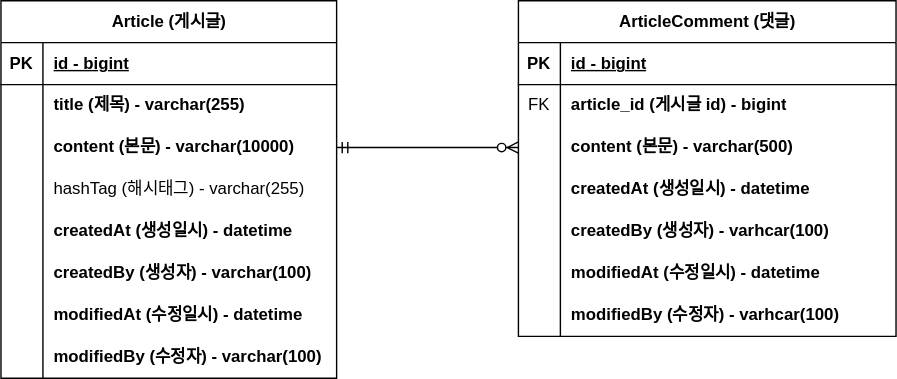
Earlier version of the draw.io export document/project-board-erd.svg (smileLoopy/individual-project-board). Source tidied: cells renumbered, new cells last; positions are measured from the earlier drawing's top-left corner, leaving out a move shared by most shapes.
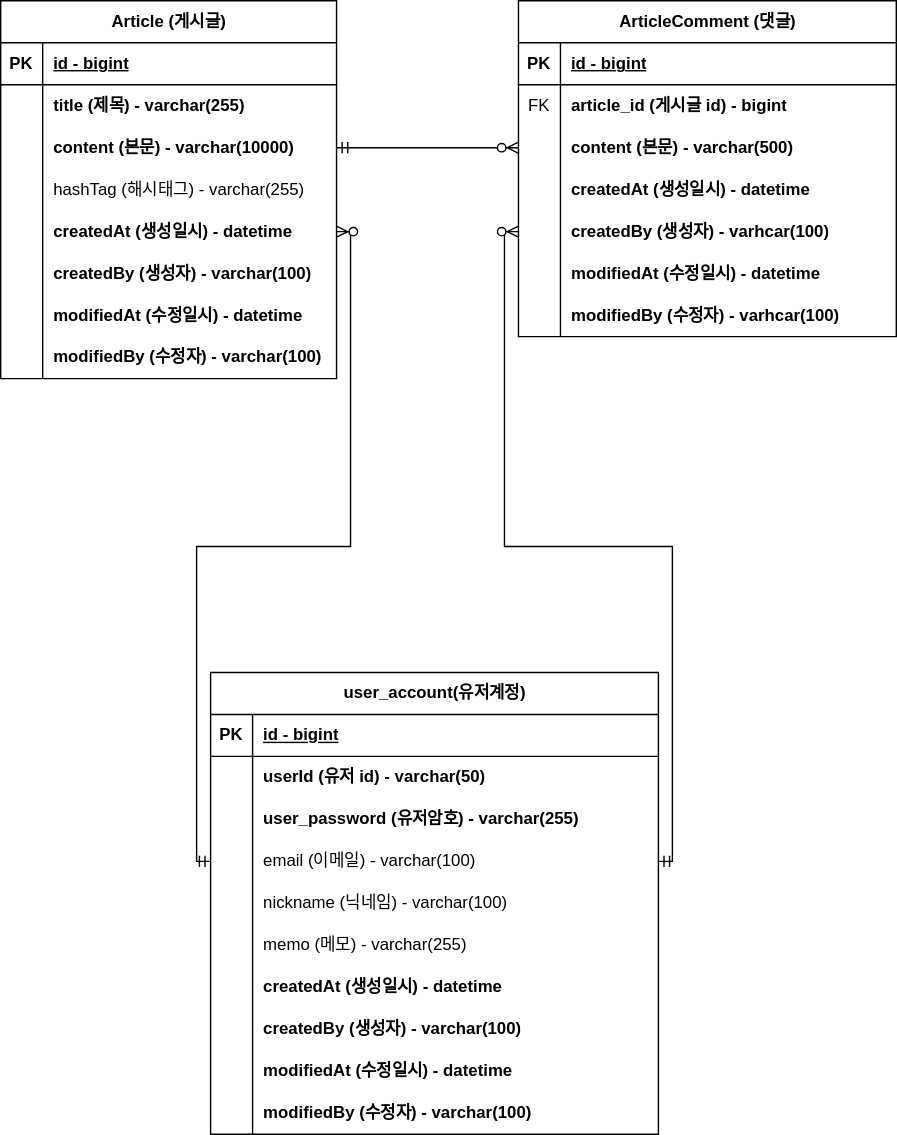
The same file after the commit.

Commit message:
Update add user_account project-board-erd.svg

What changed in the source:
```diff
@@ -146,5 +146,104 @@
     <mxCell id="49" style="edgeStyle=entityRelationEdgeStyle;fontSize=12;html=1;endArrow=ERzeroToMany;startArrow=ERmandOne;rounded=0;exitX=1;exitY=0.5;exitDx=0;exitDy=0;" parent="1" edge="1" source="9" target="34">
       <mxGeometry relative="1" as="geometry" />
     </mxCell>
+    <mxCell id="50" value="user_account(유저계정)" style="shape=table;startSize=30;rowLines=0;fontStyle=1;align=center;html=1;" parent="1" vertex="1">
+      <mxGeometry x="150" y="480" width="320" height="330" as="geometry" />
+    </mxCell>
+    <mxCell id="51" style="shape=tableRow;horizontal=0;startSize=0;swimlaneHead=0;swimlaneBody=0;fillColor=none;top=0;left=0;right=0;bottom=1;" parent="50" vertex="1">
+      <mxGeometry y="30" width="320" height="30" as="geometry" />
+    </mxCell>
+    <mxCell id="52" value="PK" style="shape=partialRectangle;fillColor=none;top=0;left=0;bottom=0;right=0;fontStyle=1;overflow=hidden;whiteSpace=wrap;html=1;" parent="51" vertex="1">
+      <mxGeometry width="30" height="30" as="geometry" />
+    </mxCell>
+    <mxCell id="53" value="id - bigint" style="shape=partialRectangle;fillColor=none;top=0;left=0;bottom=0;right=0;align=left;spacingLeft=6;fontStyle=5;overflow=hidden;whiteSpace=wrap;html=1;" parent="51" vertex="1">
+      <mxGeometry x="30" width="290" height="30" as="geometry" />
+    </mxCell>
+    <mxCell id="54" style="shape=tableRow;horizontal=0;startSize=0;swimlaneHead=0;swimlaneBody=0;fillColor=none;top=0;left=0;right=0;bottom=0;" parent="50" vertex="1">
+      <mxGeometry y="60" width="320" height="30" as="geometry" />
+    </mxCell>
+    <mxCell id="55" style="shape=partialRectangle;fillColor=none;top=0;left=0;bottom=0;right=0;overflow=hidden;whiteSpace=wrap;html=1;" parent="54" vertex="1">
+      <mxGeometry width="30" height="30" as="geometry" />
+    </mxCell>
+    <mxCell id="56" value="userId (유저 id) - varchar(50)" style="shape=partialRectangle;fillColor=none;top=0;left=0;bottom=0;right=0;align=left;spacingLeft=6;overflow=hidden;whiteSpace=wrap;html=1;fontStyle=1;" parent="54" vertex="1">
+      <mxGeometry x="30" width="290" height="30" as="geometry" />
+    </mxCell>
+    <mxCell id="57" style="shape=tableRow;horizontal=0;startSize=0;swimlaneHead=0;swimlaneBody=0;fillColor=none;top=0;left=0;right=0;bottom=0;" parent="50" vertex="1">
+      <mxGeometry y="90" width="320" height="30" as="geometry" />
+    </mxCell>
+    <mxCell id="58" style="shape=partialRectangle;fillColor=none;top=0;left=0;bottom=0;right=0;overflow=hidden;whiteSpace=wrap;html=1;" parent="57" vertex="1">
+      <mxGeometry width="30" height="30" as="geometry" />
+    </mxCell>
+    <mxCell id="59" value="user_password (유저암호) - varchar(255)" style="shape=partialRectangle;fillColor=none;top=0;left=0;bottom=0;right=0;align=left;spacingLeft=6;overflow=hidden;whiteSpace=wrap;html=1;fontStyle=1;" parent="57" vertex="1">
+      <mxGeometry x="30" width="290" height="30" as="geometry" />
+    </mxCell>
+    <mxCell id="60" style="shape=tableRow;horizontal=0;startSize=0;swimlaneHead=0;swimlaneBody=0;fillColor=none;points=[[0,0.5],[1,0.5]];portConstraint=eastwest;top=0;left=0;right=0;bottom=0;" parent="50" vertex="1">
+      <mxGeometry y="120" width="320" height="30" as="geometry" />
+    </mxCell>
+    <mxCell id="61" style="shape=partialRectangle;fillColor=none;top=0;left=0;bottom=0;right=0;overflow=hidden;whiteSpace=wrap;html=1;" parent="60" vertex="1">
+      <mxGeometry width="30" height="30" as="geometry" />
+    </mxCell>
+    <mxCell id="62" value="email (이메일) - varchar(100)" style="shape=partialRectangle;fillColor=none;top=0;left=0;bottom=0;right=0;align=left;spacingLeft=6;overflow=hidden;whiteSpace=wrap;html=1;fontStyle=0;" parent="60" vertex="1">
+      <mxGeometry x="30" width="290" height="30" as="geometry" />
+    </mxCell>
+    <mxCell id="63" style="shape=tableRow;horizontal=0;startSize=0;swimlaneHead=0;swimlaneBody=0;fillColor=none;top=0;left=0;right=0;bottom=0;" parent="50" vertex="1">
+      <mxGeometry y="150" width="320" height="30" as="geometry" />
+    </mxCell>
+    <mxCell id="64" style="shape=partialRectangle;fillColor=none;top=0;left=0;bottom=0;right=0;overflow=hidden;whiteSpace=wrap;html=1;" parent="63" vertex="1">
+      <mxGeometry width="30" height="30" as="geometry" />
+    </mxCell>
+    <mxCell id="65" value="nickname (닉네임) - varchar(100)" style="shape=partialRectangle;fillColor=none;top=0;left=0;bottom=0;right=0;align=left;spacingLeft=6;overflow=hidden;whiteSpace=wrap;html=1;fontStyle=0;" parent="63" vertex="1">
+      <mxGeometry x="30" width="290" height="30" as="geometry" />
+    </mxCell>
+    <mxCell id="66" style="shape=tableRow;horizontal=0;startSize=0;swimlaneHead=0;swimlaneBody=0;fillColor=none;top=0;left=0;right=0;bottom=0;" parent="50" vertex="1">
+      <mxGeometry y="180" width="320" height="30" as="geometry" />
+    </mxCell>
+    <mxCell id="67" style="shape=partialRectangle;fillColor=none;top=0;left=0;bottom=0;right=0;overflow=hidden;whiteSpace=wrap;html=1;" parent="66" vertex="1">
+      <mxGeometry width="30" height="30" as="geometry" />
+    </mxCell>
+    <mxCell id="68" value="memo (메모) - varchar(255)" style="shape=partialRectangle;fillColor=none;top=0;left=0;bottom=0;right=0;align=left;spacingLeft=6;overflow=hidden;whiteSpace=wrap;html=1;fontStyle=0;" parent="66" vertex="1">
+      <mxGeometry x="30" width="290" height="30" as="geometry" />
+    </mxCell>
+    <mxCell id="69" style="shape=tableRow;horizontal=0;startSize=0;swimlaneHead=0;swimlaneBody=0;fillColor=none;top=0;left=0;right=0;bottom=0;" parent="50" vertex="1">
+      <mxGeometry y="210" width="320" height="30" as="geometry" />
+    </mxCell>
+    <mxCell id="70" style="shape=partialRectangle;fillColor=none;top=0;left=0;bottom=0;right=0;overflow=hidden;whiteSpace=wrap;html=1;" parent="69" vertex="1">
+      <mxGeometry width="30" height="30" as="geometry" />
+    </mxCell>
+    <mxCell id="71" value="createdAt (생성일시) - datetime" style="shape=partialRectangle;fillColor=none;top=0;left=0;bottom=0;right=0;align=left;spacingLeft=6;overflow=hidden;whiteSpace=wrap;html=1;fontStyle=1;" parent="69" vertex="1">
+      <mxGeometry x="30" width="290" height="30" as="geometry" />
+    </mxCell>
+    <mxCell id="72" style="shape=tableRow;horizontal=0;startSize=0;swimlaneHead=0;swimlaneBody=0;fillColor=none;top=0;left=0;right=0;bottom=0;" parent="50" vertex="1">
+      <mxGeometry y="240" width="320" height="30" as="geometry" />
+    </mxCell>
+    <mxCell id="73" style="shape=partialRectangle;fillColor=none;top=0;left=0;bottom=0;right=0;overflow=hidden;whiteSpace=wrap;html=1;" parent="72" vertex="1">
+      <mxGeometry width="30" height="30" as="geometry" />
+    </mxCell>
+    <mxCell id="74" value="createdBy (생성자) - varchar(100)" style="shape=partialRectangle;fillColor=none;top=0;left=0;bottom=0;right=0;align=left;spacingLeft=6;overflow=hidden;whiteSpace=wrap;html=1;fontStyle=1;" parent="72" vertex="1">
+      <mxGeometry x="30" width="290" height="30" as="geometry" />
+    </mxCell>
+    <mxCell id="75" style="shape=tableRow;horizontal=0;startSize=0;swimlaneHead=0;swimlaneBody=0;fillColor=none;top=0;left=0;right=0;bottom=0;" parent="50" vertex="1">
+      <mxGeometry y="270" width="320" height="30" as="geometry" />
+    </mxCell>
+    <mxCell id="76" style="shape=partialRectangle;fillColor=none;top=0;left=0;bottom=0;right=0;overflow=hidden;whiteSpace=wrap;html=1;" parent="75" vertex="1">
+      <mxGeometry width="30" height="30" as="geometry" />
+    </mxCell>
+    <mxCell id="77" value="modifiedAt (수정일시) - datetime" style="shape=partialRectangle;fillColor=none;top=0;left=0;bottom=0;right=0;align=left;spacingLeft=6;overflow=hidden;whiteSpace=wrap;html=1;fontStyle=1;" parent="75" vertex="1">
+      <mxGeometry x="30" width="290" height="30" as="geometry" />
+    </mxCell>
+    <mxCell id="78" style="shape=tableRow;horizontal=0;startSize=0;swimlaneHead=0;swimlaneBody=0;fillColor=none;top=0;left=0;right=0;bottom=0;" parent="50" vertex="1">
+      <mxGeometry y="300" width="320" height="30" as="geometry" />
+    </mxCell>
+    <mxCell id="79" style="shape=partialRectangle;fillColor=none;top=0;left=0;bottom=0;right=0;overflow=hidden;whiteSpace=wrap;html=1;" parent="78" vertex="1">
+      <mxGeometry width="30" height="30" as="geometry" />
+    </mxCell>
+    <mxCell id="80" value="modifiedBy (수정자) - varchar(100)" style="shape=partialRectangle;fillColor=none;top=0;left=0;bottom=0;right=0;align=left;spacingLeft=6;overflow=hidden;whiteSpace=wrap;html=1;fontStyle=1;" parent="78" vertex="1">
+      <mxGeometry x="30" width="290" height="30" as="geometry" />
+    </mxCell>
+    <mxCell id="81" style="edgeStyle=orthogonalEdgeStyle;fontSize=12;html=1;endArrow=ERzeroToMany;startArrow=ERmandOne;rounded=0;exitX=0;exitY=0.5;exitDx=0;exitDy=0;entryX=1;entryY=0.5;entryDx=0;entryDy=0;" parent="1" edge="1" source="60" target="15">
+      <mxGeometry relative="1" as="geometry" />
+    </mxCell>
+    <mxCell id="82" style="edgeStyle=orthogonalEdgeStyle;fontSize=12;html=1;endArrow=ERzeroToMany;startArrow=ERmandOne;rounded=0;exitX=1;exitY=0.5;exitDx=0;exitDy=0;entryX=0;entryY=0.5;entryDx=0;entryDy=0;" parent="1" edge="1" source="60" target="40">
+      <mxGeometry relative="1" as="geometry" />
+    </mxCell>
   </root>
 </mxGraphModel>
```
